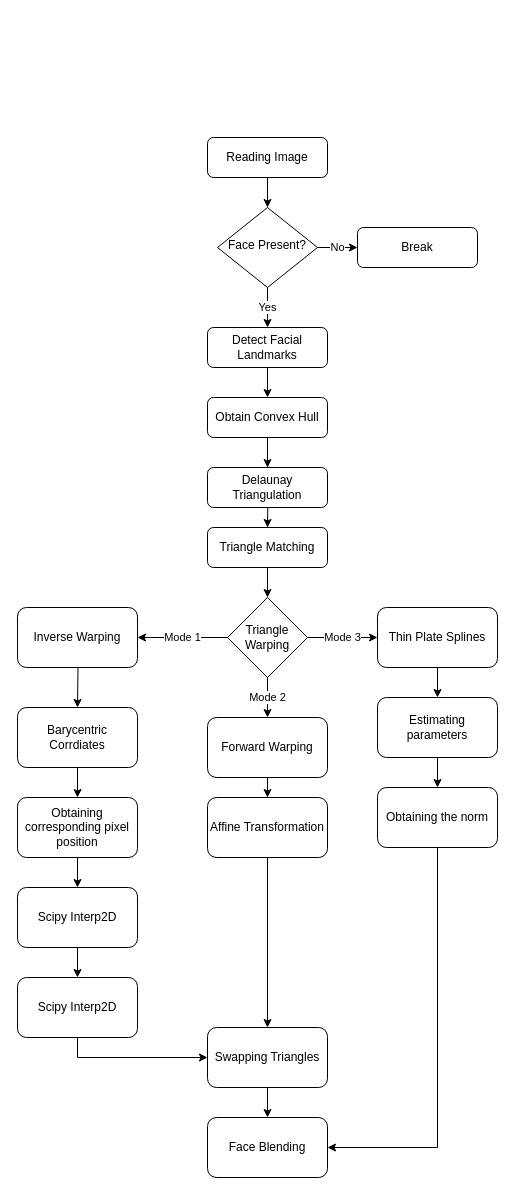
Before: UML/Activity_flow_diagram/Untitled Diagram.drawio in adityavaishampayan/FaceSwap, a draw.io diagram. Source tidied: cells renumbered, new cells numbered last; positions are measured from the earlier drawing's top-left corner, leaving out a move shared by most shapes. Both pictures are drawn from the tidied source at 100%, with x=0, y=0 at pixel (17, 137).
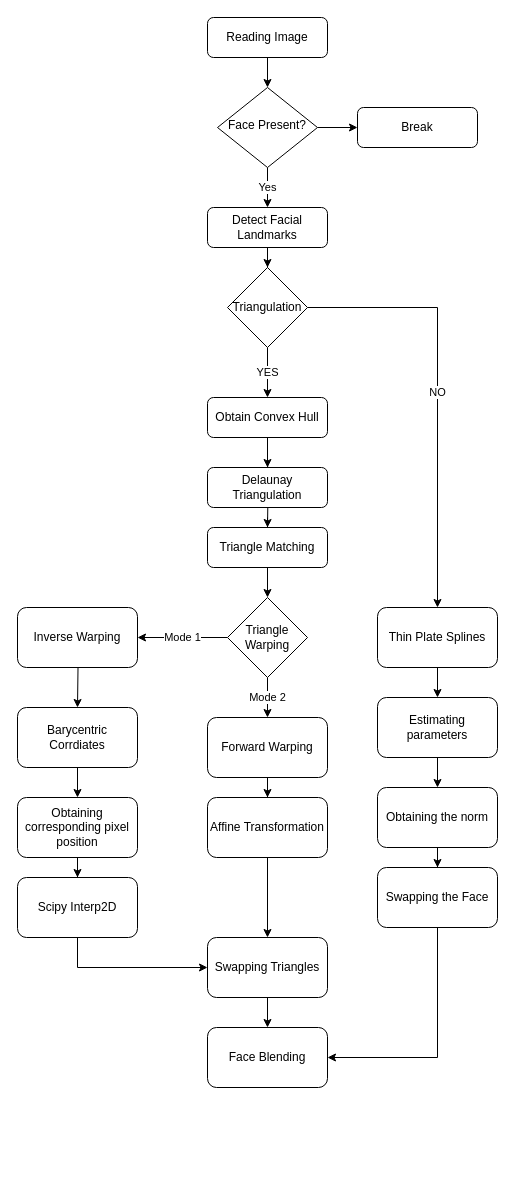
The same page after the edit.

Commit message (it also covers changes not shown here):
updated the UML diagram

Unchanged cells that the change refers to:
```xml
<mxCell id="11" value="Obtain Convex Hull" style="rounded=1;whiteSpace=wrap;html=1;fontSize=12;glass=0;strokeWidth=1;shadow=0;" parent="1" vertex="1">
  <mxGeometry x="190" y="260" width="120" height="40" as="geometry" />
</mxCell>
<mxCell id="19" value="Triangle Warping" style="rhombus;whiteSpace=wrap;html=1;" parent="1" vertex="1">
  <mxGeometry x="210" y="460" width="80" height="80" as="geometry" />
</mxCell>
<mxCell id="21" value="Thin Plate Splines" style="rounded=1;whiteSpace=wrap;html=1;" parent="1" vertex="1">
  <mxGeometry x="360" y="470" width="120" height="60" as="geometry" />
</mxCell>
<mxCell id="25" value="Obtaining the norm" style="rounded=1;whiteSpace=wrap;html=1;" parent="1" vertex="1">
  <mxGeometry x="360" y="650" width="120" height="60" as="geometry" />
</mxCell>
<mxCell id="35" value="Obtaining corresponding pixel position" style="rounded=1;whiteSpace=wrap;html=1;" parent="1" vertex="1">
  <mxGeometry y="660" width="120" height="60" as="geometry" />
</mxCell>
```

The edit, as a diff of the source:
```diff
@@
     <mxCell id="3" value="Reading Image" style="rounded=1;whiteSpace=wrap;html=1;fontSize=12;glass=0;strokeWidth=1;shadow=0;" parent="1" vertex="1">
-      <mxGeometry x="190" width="120" height="40" as="geometry" />
+      <mxGeometry x="190" y="-120" width="120" height="40" as="geometry" />
     </mxCell>
+    <mxCell id="5" value="Yes" style="edgeStyle=orthogonalEdgeStyle;rounded=0;jettySize=auto;html=1;exitX=0.5;exitY=1;exitDx=0;exitDy=0;entryX=0.5;entryY=0;entryDx=0;entryDy=0;" parent="1" edge="1" source="6" target="9">
+      <mxGeometry relative="1" as="geometry" />
+    </mxCell>
-    <mxCell id="4" value="No" style="edgeStyle=orthogonalEdgeStyle;rounded=0;jettySize=auto;html=1;exitX=1;exitY=0.5;exitDx=0;exitDy=0;entryX=0;entryY=0.5;entryDx=0;entryDy=0;" parent="1" edge="1" source="6" target="7">
+    <mxCell id="4" style="edgeStyle=orthogonalEdgeStyle;rounded=0;jettySize=auto;html=1;exitX=1;exitY=0.5;exitDx=0;exitDy=0;" parent="1" edge="1" source="6" target="7">
       <mxGeometry relative="1" as="geometry" />
     </mxCell>
-    <mxCell id="5" value="Yes" style="edgeStyle=orthogonalEdgeStyle;rounded=0;jettySize=auto;html=1;exitX=0.5;exitY=1;exitDx=0;exitDy=0;entryX=0.5;entryY=0;entryDx=0;entryDy=0;" parent="1" edge="1" source="6" target="9">
-      <mxGeometry relative="1" as="geometry" />
-    </mxCell>
     <mxCell id="6" value="Face Present?" style="rhombus;whiteSpace=wrap;html=1;shadow=0;fontFamily=Helvetica;fontSize=12;align=center;strokeWidth=1;spacing=6;spacingTop=-4;" parent="1" vertex="1">
-      <mxGeometry x="200" y="70" width="100" height="80" as="geometry" />
+      <mxGeometry x="200" y="-50" width="100" height="80" as="geometry" />
     </mxCell>
     <mxCell id="7" value="Break" style="rounded=1;whiteSpace=wrap;html=1;fontSize=12;glass=0;strokeWidth=1;shadow=0;" parent="1" vertex="1">
-      <mxGeometry x="340" y="90" width="120" height="40" as="geometry" />
+      <mxGeometry x="340" y="-30" width="120" height="40" as="geometry" />
     </mxCell>
-    <mxCell id="8" style="edgeStyle=orthogonalEdgeStyle;rounded=0;jettySize=auto;html=1;exitX=0.5;exitY=1;exitDx=0;exitDy=0;" parent="1" edge="1" source="9" target="11">
-      <mxGeometry relative="1" as="geometry" />
-    </mxCell>
+    <mxCell id="43" style="edgeStyle=orthogonalEdgeStyle;rounded=0;jettySize=auto;html=1;exitX=0.5;exitY=1;exitDx=0;exitDy=0;" parent="1" edge="1" source="9" target="48">
+      <mxGeometry relative="1" as="geometry" />
+    </mxCell>
     <mxCell id="9" value="Detect Facial Landmarks" style="rounded=1;whiteSpace=wrap;html=1;fontSize=12;glass=0;strokeWidth=1;shadow=0;" parent="1" vertex="1">
-      <mxGeometry x="190" y="190" width="120" height="40" as="geometry" />
+      <mxGeometry x="190" y="70" width="120" height="40" as="geometry" />
     </mxCell>
@@
-    <mxCell id="16" value="Mode 3" style="edgeStyle=orthogonalEdgeStyle;rounded=0;jettySize=auto;html=1;exitX=1;exitY=0.5;exitDx=0;exitDy=0;" parent="1" edge="1" source="19" target="21">
-      <mxGeometry relative="1" as="geometry" />
-    </mxCell>
@@
-    <mxCell id="24" style="edgeStyle=orthogonalEdgeStyle;rounded=0;jettySize=auto;html=1;exitX=0.5;exitY=1;exitDx=0;exitDy=0;entryX=1;entryY=0.5;entryDx=0;entryDy=0;" parent="1" edge="1" source="25" target="42">
-      <mxGeometry relative="1" as="geometry" />
-    </mxCell>
+    <mxCell id="44" style="edgeStyle=orthogonalEdgeStyle;rounded=0;jettySize=auto;html=1;exitX=0.5;exitY=1;exitDx=0;exitDy=0;" parent="1" edge="1" source="25" target="50">
+      <mxGeometry relative="1" as="geometry" />
+    </mxCell>
@@
-    <mxCell id="34" style="edgeStyle=orthogonalEdgeStyle;rounded=0;jettySize=auto;html=1;" parent="1" edge="1" source="35" target="37">
-      <mxGeometry relative="1" as="geometry" />
-    </mxCell>
+    <mxCell id="45" style="edgeStyle=orthogonalEdgeStyle;rounded=0;jettySize=auto;html=1;exitX=0.5;exitY=1;exitDx=0;exitDy=0;" parent="1" edge="1" source="35" target="39">
+      <mxGeometry relative="1" as="geometry" />
+    </mxCell>
@@
-    <mxCell id="36" style="edgeStyle=orthogonalEdgeStyle;rounded=0;jettySize=auto;html=1;" parent="1" edge="1" source="37" target="39">
-      <mxGeometry relative="1" as="geometry" />
-    </mxCell>
-    <mxCell id="37" value="Scipy Interp2D" style="rounded=1;whiteSpace=wrap;html=1;" parent="1" vertex="1">
-      <mxGeometry y="750" width="120" height="60" as="geometry" />
-    </mxCell>
-    <mxCell id="38" style="edgeStyle=orthogonalEdgeStyle;rounded=0;jettySize=auto;html=1;" parent="1" edge="1" source="39" target="41">
-      <mxGeometry relative="1" as="geometry">
-        <Array as="points">
-          <mxPoint x="60" y="920" />
-        </Array>
-      </mxGeometry>
+    <mxCell id="38" style="edgeStyle=orthogonalEdgeStyle;rounded=0;jettySize=auto;html=1;exitX=0.5;exitY=1;exitDx=0;exitDy=0;entryX=0;entryY=0.5;entryDx=0;entryDy=0;" parent="1" edge="1" source="39" target="41">
+      <mxGeometry relative="1" as="geometry" />
     </mxCell>
     <mxCell id="39" value="Scipy Interp2D" style="rounded=1;whiteSpace=wrap;html=1;" parent="1" vertex="1">
-      <mxGeometry y="840" width="120" height="60" as="geometry" />
+      <mxGeometry y="740" width="120" height="60" as="geometry" />
     </mxCell>
@@
     <mxCell id="41" value="Swapping Triangles" style="rounded=1;whiteSpace=wrap;html=1;" parent="1" vertex="1">
-      <mxGeometry x="190" y="890" width="120" height="60" as="geometry" />
+      <mxGeometry x="190" y="800" width="120" height="60" as="geometry" />
     </mxCell>
     <mxCell id="42" value="Face Blending" style="rounded=1;whiteSpace=wrap;html=1;" parent="1" vertex="1">
-      <mxGeometry x="190" y="980" width="120" height="60" as="geometry" />
+      <mxGeometry x="190" y="890" width="120" height="60" as="geometry" />
     </mxCell>
+    <mxCell id="46" value="YES" style="edgeStyle=orthogonalEdgeStyle;rounded=0;jettySize=auto;html=1;exitX=0.5;exitY=1;exitDx=0;exitDy=0;entryX=0.5;entryY=0;entryDx=0;entryDy=0;" parent="1" edge="1" source="48" target="11">
+      <mxGeometry relative="1" as="geometry" />
+    </mxCell>
+    <mxCell id="47" value="NO" style="edgeStyle=orthogonalEdgeStyle;rounded=0;jettySize=auto;html=1;exitX=1;exitY=0.5;exitDx=0;exitDy=0;entryX=0.5;entryY=0;entryDx=0;entryDy=0;" parent="1" edge="1" source="48" target="21">
+      <mxGeometry relative="1" as="geometry" />
+    </mxCell>
+    <mxCell id="48" value="Triangulation" style="rhombus;whiteSpace=wrap;html=1;" parent="1" vertex="1">
+      <mxGeometry x="210" y="130" width="80" height="80" as="geometry" />
+    </mxCell>
+    <mxCell id="49" style="edgeStyle=orthogonalEdgeStyle;rounded=0;jettySize=auto;html=1;exitX=0.5;exitY=1;exitDx=0;exitDy=0;entryX=1;entryY=0.5;entryDx=0;entryDy=0;" parent="1" edge="1" source="50" target="42">
+      <mxGeometry relative="1" as="geometry" />
+    </mxCell>
+    <mxCell id="50" value="Swapping the Face" style="rounded=1;whiteSpace=wrap;html=1;" parent="1" vertex="1">
+      <mxGeometry x="360" y="730" width="120" height="60" as="geometry" />
+    </mxCell>
```
